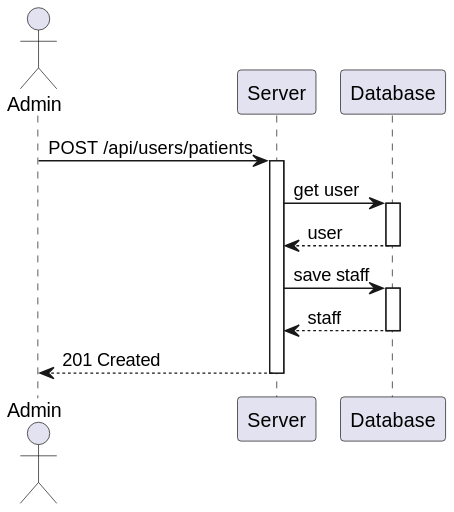
This is docs/sprint-a/us-5.1.12/views/level3/process-view.svg from 1220846/sem5pi-24-25-3ddg20, a PlantUML export, as it was before one commit.
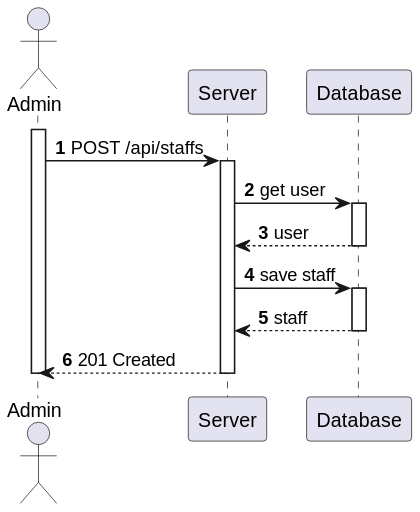
Later version of the same file.

What changed in the source:
```diff
@@ -1,17 +1,21 @@
 @startuml
+autonumber
+
 actor "Admin" as Adm
 
-Adm -> Server : POST /api/users/patients
-activate Server
+activate Adm
+    Adm -> Server : POST /api/staffs
+    activate Server
 
-    Server -> Database : get user
-    activate Database
-        Database --> Server : user
-    deactivate Database
-    Server -> Database : save staff
-    activate Database
-        Database --> Server : staff
-    deactivate Database
-    Server --> Adm : 201 Created
-deactivate Server
+        Server -> Database : get user
+        activate Database
+            Database --> Server : user
+        deactivate Database
+        Server -> Database : save staff
+        activate Database
+            Database --> Server : staff
+        deactivate Database
+        Server --> Adm : 201 Created
+    deactivate Server
+deactivate Adm
 @enduml
```
